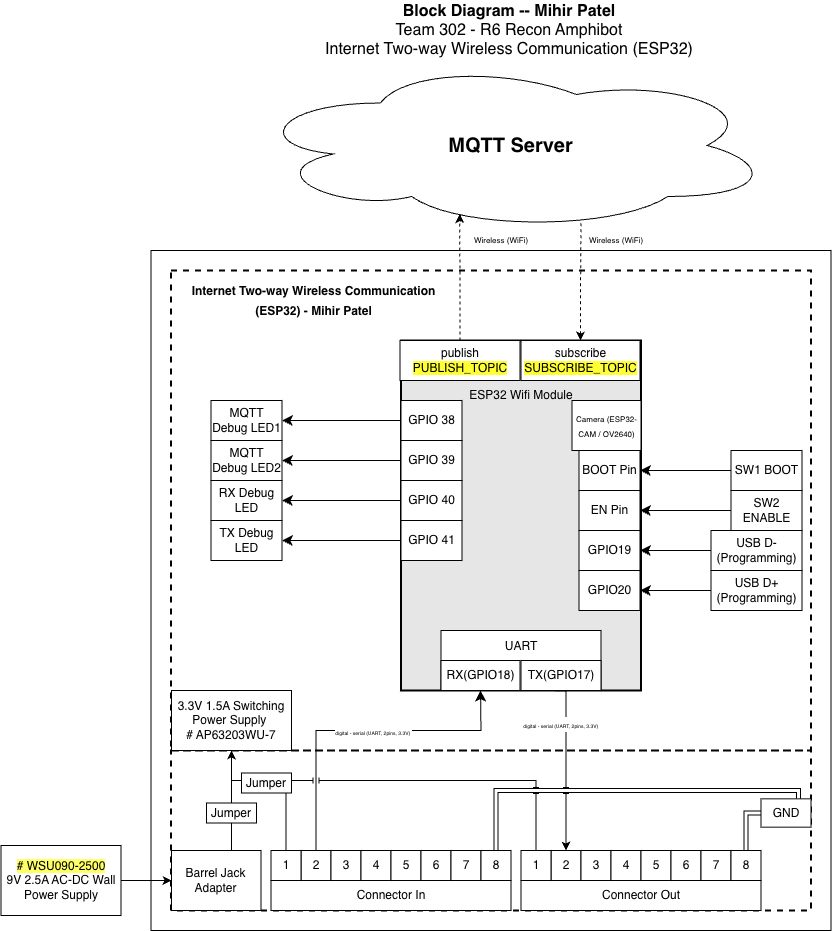
Earlier version of the draw.io export docs/02-Block-Diagram/EGR314_team302_blockdiagram_Mihir.drawio.png (Mihir-Patel-64/Mihir-Patel-64.github.io). Source tidied: cells renumbered, new cells last; positions are measured from the earlier drawing's top-left corner, leaving out a move shared by most shapes.
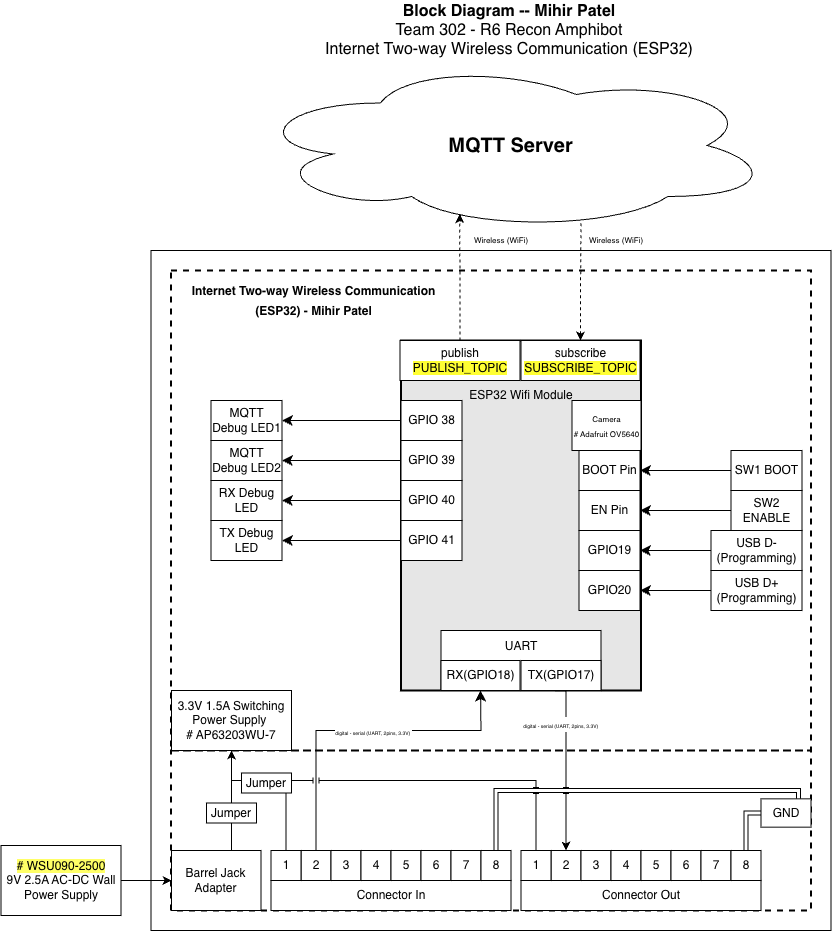
The same diagram one commit later.

The edit, as a diff of the source:
```diff
@@ -210,7 +210,7 @@
     <mxCell id="59" value="ESP32 Wifi Module" style="text;html=1;whiteSpace=wrap;strokeColor=none;fillColor=none;align=center;verticalAlign=middle;rounded=0;" parent="1" vertex="1">
       <mxGeometry x="455" y="380" width="130" height="30" as="geometry" />
     </mxCell>
-    <mxCell id="60" value="&lt;font style=&quot;font-size: 8px;&quot;&gt;Camera (ESP32-CAM / OV2640)&lt;/font&gt;" style="rounded=0;whiteSpace=wrap;html=1;" parent="1" vertex="1">
+    <mxCell id="60" value="&lt;span style=&quot;font-size: 8px;&quot;&gt;Camera&lt;/span&gt;&lt;br style=&quot;font-size: 8px;&quot;&gt;&lt;span style=&quot;font-size: 8px;&quot;&gt;# Adafruit OV5640&lt;/span&gt;" style="rounded=0;whiteSpace=wrap;html=1;" parent="1" vertex="1">
       <mxGeometry x="571" y="400" width="69" height="50" as="geometry" />
     </mxCell>
     <mxCell id="61" value="BOOT Pin" style="rounded=0;whiteSpace=wrap;html=1;" parent="1" vertex="1">
```
